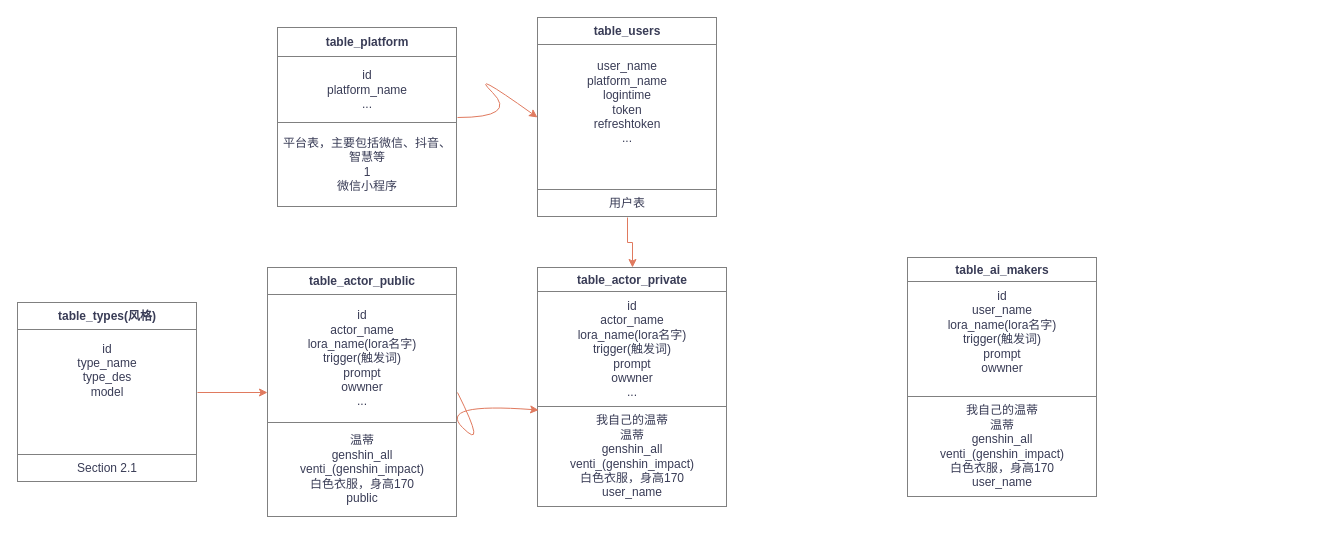
Before: 未命名绘图.drawio in caining0/aa_drawio, a draw.io diagram. Source tidied: cells renumbered, new cells numbered last; positions are measured from the earlier drawing's top-left corner, leaving out a move shared by most shapes. Both pictures are drawn from the tidied source at 100%, with x=0, y=0 at pixel (17, 17).
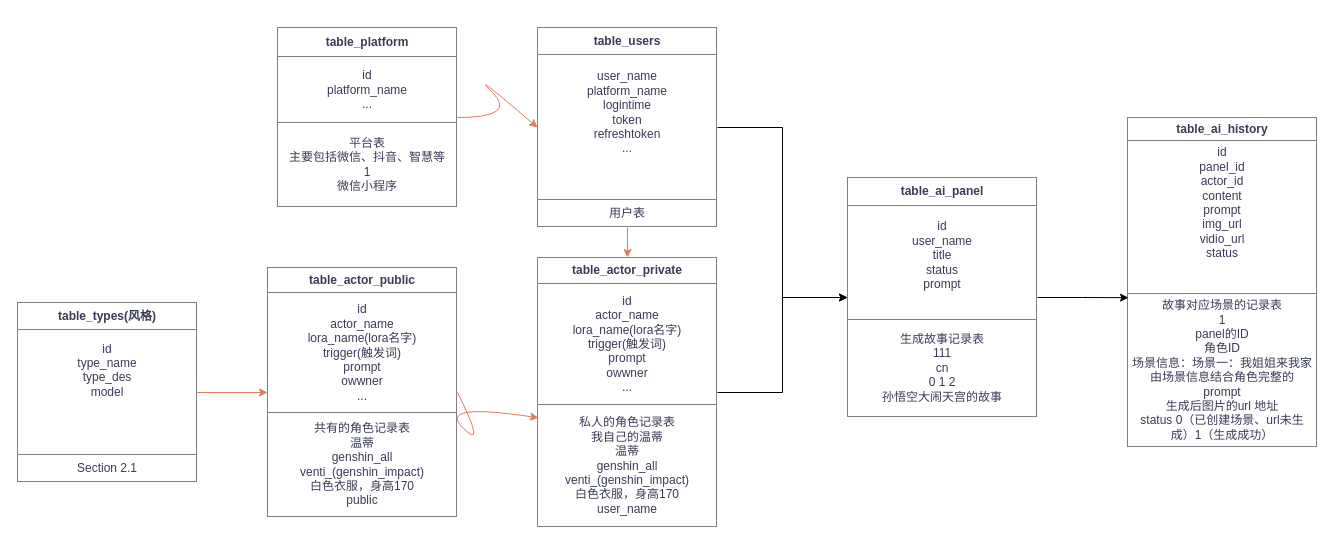
Above is the later version.

Commit message:
小说绘图-数据库设计.drawio

The edit, as a diff of the source:
```diff
@@
 <mxGraphModel>
   <root>
     <mxCell id="0" />
     <mxCell id="1" parent="0" />
-    <mxCell id="2" value="&lt;table border=&quot;1&quot; width=&quot;100%&quot; height=&quot;100%&quot; cellpadding=&quot;4&quot; style=&quot;width:100%;height:100%;border-collapse:collapse;&quot;&gt;&lt;tbody&gt;&lt;tr&gt;&lt;th align=&quot;center&quot;&gt;table_actor_public&lt;/th&gt;&lt;/tr&gt;&lt;tr&gt;&lt;td align=&quot;center&quot;&gt;id&lt;br&gt;actor_name&lt;br&gt;lora_name(lora名字)&lt;br&gt;trigger(触发词)&lt;br&gt;prompt&lt;br&gt;owwner&lt;br&gt;...&lt;/td&gt;&lt;/tr&gt;&lt;tr&gt;&lt;td align=&quot;center&quot;&gt;温蒂&lt;br&gt;genshin_all&lt;br&gt;venti_(genshin_impact)&lt;br&gt;白色衣服，身高170&lt;br&gt;public&lt;/td&gt;&lt;/tr&gt;&lt;/tbody&gt;&lt;/table&gt;" style="text;html=1;whiteSpace=wrap;strokeColor=none;fillColor=none;overflow=fill;fontColor=#393C56;" parent="1" vertex="1">
+    <mxCell id="2" value="&lt;table border=&quot;1&quot; width=&quot;100%&quot; height=&quot;100%&quot; cellpadding=&quot;4&quot; style=&quot;width:100%;height:100%;border-collapse:collapse;&quot;&gt;&lt;tbody&gt;&lt;tr&gt;&lt;th align=&quot;center&quot;&gt;table_actor_public&lt;/th&gt;&lt;/tr&gt;&lt;tr&gt;&lt;td align=&quot;center&quot;&gt;id&lt;br&gt;actor_name&lt;br&gt;lora_name(lora名字)&lt;br&gt;trigger(触发词)&lt;br&gt;prompt&lt;br&gt;owwner&lt;br&gt;...&lt;/td&gt;&lt;/tr&gt;&lt;tr&gt;&lt;td align=&quot;center&quot;&gt;共有的角色记录表&lt;br&gt;温蒂&lt;br&gt;genshin_all&lt;br&gt;venti_(genshin_impact)&lt;br&gt;白色衣服，身高170&lt;br&gt;public&lt;/td&gt;&lt;/tr&gt;&lt;/tbody&gt;&lt;/table&gt;" style="text;html=1;whiteSpace=wrap;strokeColor=none;fillColor=none;overflow=fill;fontColor=#393C56;" parent="1" vertex="1">
       <mxGeometry x="250" y="250" width="190" height="250" as="geometry" />
     </mxCell>
+    <mxCell id="12" style="edgeStyle=orthogonalEdgeStyle;rounded=0;jettySize=auto;html=1;exitX=1;exitY=0.5;exitDx=0;exitDy=0;entryX=0;entryY=0.5;entryDx=0;entryDy=0;" parent="1" edge="1" source="3" target="11">
+      <mxGeometry relative="1" as="geometry" />
+    </mxCell>
-    <mxCell id="3" value="&lt;table border=&quot;1&quot; width=&quot;100%&quot; height=&quot;100%&quot; cellpadding=&quot;4&quot; style=&quot;width:100%;height:100%;border-collapse:collapse;&quot;&gt;&lt;tbody&gt;&lt;tr&gt;&lt;th align=&quot;center&quot;&gt;table_actor_private&lt;/th&gt;&lt;/tr&gt;&lt;tr&gt;&lt;td align=&quot;center&quot;&gt;id&lt;br&gt;actor_name&lt;br&gt;lora_name(lora名字)&lt;br&gt;trigger(触发词)&lt;br&gt;prompt&lt;br&gt;owwner&lt;br&gt;...&lt;/td&gt;&lt;/tr&gt;&lt;tr&gt;&lt;td align=&quot;center&quot;&gt;我自己的温蒂&lt;br&gt;温蒂&lt;br&gt;genshin_all&lt;br&gt;venti_(genshin_impact)&lt;br&gt;白色衣服，身高170&lt;br&gt;user_name&lt;br&gt;&lt;/td&gt;&lt;/tr&gt;&lt;/tbody&gt;&lt;/table&gt;" style="text;html=1;whiteSpace=wrap;strokeColor=none;fillColor=none;overflow=fill;fontColor=#393C56;" parent="1" vertex="1">
-      <mxGeometry x="520" y="250" width="190" height="240" as="geometry" />
+    <mxCell id="3" value="&lt;table border=&quot;1&quot; width=&quot;100%&quot; height=&quot;100%&quot; cellpadding=&quot;4&quot; style=&quot;width:100%;height:100%;border-collapse:collapse;&quot;&gt;&lt;tbody&gt;&lt;tr&gt;&lt;th align=&quot;center&quot;&gt;table_actor_private&lt;/th&gt;&lt;/tr&gt;&lt;tr&gt;&lt;td align=&quot;center&quot;&gt;id&lt;br&gt;actor_name&lt;br&gt;lora_name(lora名字)&lt;br&gt;trigger(触发词)&lt;br&gt;prompt&lt;br&gt;owwner&lt;br&gt;...&lt;/td&gt;&lt;/tr&gt;&lt;tr&gt;&lt;td align=&quot;center&quot;&gt;私人的角色记录表&lt;br&gt;我自己的温蒂&lt;br&gt;温蒂&lt;br&gt;genshin_all&lt;br&gt;venti_(genshin_impact)&lt;br&gt;白色衣服，身高170&lt;br&gt;user_name&lt;br&gt;&lt;/td&gt;&lt;/tr&gt;&lt;/tbody&gt;&lt;/table&gt;" style="text;html=1;whiteSpace=wrap;strokeColor=none;fillColor=none;overflow=fill;fontColor=#393C56;" parent="1" vertex="1">
+      <mxGeometry x="520" y="240" width="180" height="270" as="geometry" />
     </mxCell>
     <mxCell id="4" style="edgeStyle=orthogonalEdgeStyle;rounded=0;jettySize=auto;html=1;strokeColor=#E07A5F;fontColor=#393C56;fillColor=#F2CC8F;" parent="1" edge="1" source="5" target="2">
       <mxGeometry relative="1" as="geometry" />
     </mxCell>
     <mxCell id="5" value="&lt;table border=&quot;1&quot; width=&quot;100%&quot; height=&quot;100%&quot; cellpadding=&quot;4&quot; style=&quot;width:100%;height:100%;border-collapse:collapse;&quot;&gt;&lt;tbody&gt;&lt;tr&gt;&lt;th align=&quot;center&quot;&gt;table_types(风格)&lt;/th&gt;&lt;/tr&gt;&lt;tr&gt;&lt;td align=&quot;center&quot;&gt;id&lt;br&gt;type_name&lt;br&gt;type_des&lt;br&gt;model&lt;br&gt;&lt;br&gt;&lt;br&gt;&lt;br&gt;&lt;/td&gt;&lt;/tr&gt;&lt;tr&gt;&lt;td align=&quot;center&quot;&gt;Section 2.1&lt;br&gt;&lt;/td&gt;&lt;/tr&gt;&lt;/tbody&gt;&lt;/table&gt;" style="text;html=1;whiteSpace=wrap;strokeColor=none;fillColor=none;overflow=fill;fontColor=#393C56;" parent="1" vertex="1">
       <mxGeometry y="285" width="180" height="180" as="geometry" />
     </mxCell>
     <mxCell id="6" style="edgeStyle=orthogonalEdgeStyle;rounded=0;jettySize=auto;html=1;strokeColor=#E07A5F;fontColor=#393C56;fillColor=#F2CC8F;" parent="1" edge="1" source="7" target="3">
       <mxGeometry relative="1" as="geometry" />
     </mxCell>
+    <mxCell id="13" style="edgeStyle=orthogonalEdgeStyle;rounded=0;jettySize=auto;html=1;exitX=1;exitY=0.5;exitDx=0;exitDy=0;entryX=0;entryY=0.5;entryDx=0;entryDy=0;" parent="1" edge="1" source="7" target="11">
+      <mxGeometry relative="1" as="geometry" />
+    </mxCell>
     <mxCell id="7" value="&lt;table border=&quot;1&quot; width=&quot;100%&quot; height=&quot;100%&quot; cellpadding=&quot;4&quot; style=&quot;width:100%;height:100%;border-collapse:collapse;&quot;&gt;&lt;tbody&gt;&lt;tr&gt;&lt;th align=&quot;center&quot;&gt;table_users&lt;/th&gt;&lt;/tr&gt;&lt;tr&gt;&lt;td align=&quot;center&quot;&gt;user_name&lt;br&gt;platform_name&lt;br&gt;logintime&lt;br&gt;token&lt;br&gt;refreshtoken&lt;br&gt;...&lt;br&gt;&lt;br&gt;&lt;br&gt;&lt;/td&gt;&lt;/tr&gt;&lt;tr&gt;&lt;td align=&quot;center&quot;&gt;用户表&lt;br&gt;&lt;/td&gt;&lt;/tr&gt;&lt;/tbody&gt;&lt;/table&gt;" style="text;html=1;whiteSpace=wrap;strokeColor=none;fillColor=none;overflow=fill;fontColor=#393C56;" parent="1" vertex="1">
-      <mxGeometry x="520" width="180" height="200" as="geometry" />
+      <mxGeometry x="520" y="10" width="180" height="200" as="geometry" />
     </mxCell>
-    <mxCell id="8" value="&lt;table border=&quot;1&quot; width=&quot;100%&quot; height=&quot;100%&quot; cellpadding=&quot;4&quot; style=&quot;width:100%;height:100%;border-collapse:collapse;&quot;&gt;&lt;tbody&gt;&lt;tr&gt;&lt;th align=&quot;center&quot;&gt;table_platform&lt;/th&gt;&lt;/tr&gt;&lt;tr&gt;&lt;td align=&quot;center&quot;&gt;id&lt;br&gt;platform_name&lt;br&gt;...&lt;/td&gt;&lt;/tr&gt;&lt;tr&gt;&lt;td align=&quot;center&quot;&gt;平台表，主要包括微信、抖音、智慧等&lt;br&gt;1&lt;br&gt;微信小程序&lt;/td&gt;&lt;/tr&gt;&lt;/tbody&gt;&lt;/table&gt;" style="text;html=1;whiteSpace=wrap;strokeColor=none;fillColor=none;overflow=fill;fontColor=#393C56;" parent="1" vertex="1">
+    <mxCell id="8" value="&lt;table border=&quot;1&quot; width=&quot;100%&quot; height=&quot;100%&quot; cellpadding=&quot;4&quot; style=&quot;width:100%;height:100%;border-collapse:collapse;&quot;&gt;&lt;tbody&gt;&lt;tr&gt;&lt;th align=&quot;center&quot;&gt;table_platform&lt;/th&gt;&lt;/tr&gt;&lt;tr&gt;&lt;td align=&quot;center&quot;&gt;id&lt;br&gt;platform_name&lt;br&gt;...&lt;/td&gt;&lt;/tr&gt;&lt;tr&gt;&lt;td align=&quot;center&quot;&gt;平台表&lt;br&gt;主要包括微信、抖音、智慧等&lt;br&gt;1&lt;br&gt;微信小程序&lt;/td&gt;&lt;/tr&gt;&lt;/tbody&gt;&lt;/table&gt;" style="text;html=1;whiteSpace=wrap;strokeColor=none;fillColor=none;overflow=fill;fontColor=#393C56;" parent="1" vertex="1">
       <mxGeometry x="260" y="10" width="180" height="180" as="geometry" />
     </mxCell>
     <mxCell id="9" style="curved=1;endArrow=classic;html=1;rounded=0;strokeColor=#E07A5F;fontColor=#393C56;fillColor=#F2CC8F;entryX=0;entryY=0.5;entryDx=0;entryDy=0;exitX=1;exitY=0.5;exitDx=0;exitDy=0;" parent="1" edge="1" source="8" target="7">
       <mxGeometry relative="1" as="geometry">
         <Array as="points">
           <mxPoint x="500" y="100" />
           <mxPoint x="450" y="50" />
         </Array>
       </mxGeometry>
     </mxCell>
     <mxCell id="10" style="curved=1;endArrow=classic;html=1;rounded=0;strokeColor=#E07A5F;fontColor=#393C56;fillColor=#F2CC8F;entryX=0.006;entryY=0.594;entryDx=0;entryDy=0;exitX=1;exitY=0.5;exitDx=0;exitDy=0;entryPerimeter=0;" parent="1" edge="1" source="2" target="3">
       <mxGeometry relative="1" as="geometry">
         <Array as="points">
           <mxPoint x="470" y="435" />
           <mxPoint x="420" y="385" />
         </Array>
       </mxGeometry>
     </mxCell>
-    <mxCell id="11" value="&lt;table border=&quot;1&quot; width=&quot;100%&quot; height=&quot;100%&quot; cellpadding=&quot;4&quot; style=&quot;width:100%;height:100%;border-collapse:collapse;&quot;&gt;&lt;tbody&gt;&lt;tr&gt;&lt;th align=&quot;center&quot;&gt;table_ai_makers&lt;/th&gt;&lt;/tr&gt;&lt;tr&gt;&lt;td align=&quot;center&quot;&gt;id&lt;br&gt;user_name&lt;br&gt;lora_name(lora名字)&lt;br&gt;trigger(触发词)&lt;br&gt;prompt&lt;br&gt;owwner&lt;br&gt;&lt;br&gt;&lt;/td&gt;&lt;/tr&gt;&lt;tr&gt;&lt;td align=&quot;center&quot;&gt;我自己的温蒂&lt;br&gt;温蒂&lt;br&gt;genshin_all&lt;br&gt;venti_(genshin_impact)&lt;br&gt;白色衣服，身高170&lt;br&gt;user_name&lt;br&gt;&lt;/td&gt;&lt;/tr&gt;&lt;/tbody&gt;&lt;/table&gt;" style="text;html=1;whiteSpace=wrap;strokeColor=none;fillColor=none;overflow=fill;fontColor=#393C56;" parent="1" vertex="1">
-      <mxGeometry x="890" y="240" width="190" height="240" as="geometry" />
+    <mxCell id="11" value="&lt;table border=&quot;1&quot; width=&quot;100%&quot; height=&quot;100%&quot; cellpadding=&quot;4&quot; style=&quot;width:100%;height:100%;border-collapse:collapse;&quot;&gt;&lt;tbody&gt;&lt;tr&gt;&lt;th align=&quot;center&quot;&gt;table_ai_panel&lt;/th&gt;&lt;/tr&gt;&lt;tr&gt;&lt;td align=&quot;center&quot;&gt;id&lt;br&gt;user_name&lt;br&gt;title&lt;br&gt;status&lt;br&gt;prompt&lt;br&gt;&lt;br&gt;&lt;/td&gt;&lt;/tr&gt;&lt;tr&gt;&lt;td align=&quot;center&quot;&gt;生成故事记录表&lt;br&gt;111&lt;br&gt;cn&lt;br&gt;0 1 2&lt;br&gt;孙悟空大闹天宫的故事&lt;br&gt;&lt;/td&gt;&lt;/tr&gt;&lt;/tbody&gt;&lt;/table&gt;" style="text;html=1;whiteSpace=wrap;strokeColor=none;fillColor=none;overflow=fill;fontColor=#393C56;" parent="1" vertex="1">
+      <mxGeometry x="830" y="160" width="190" height="240" as="geometry" />
     </mxCell>
+    <mxCell id="14" value="&lt;table border=&quot;1&quot; width=&quot;100%&quot; height=&quot;100%&quot; cellpadding=&quot;4&quot; style=&quot;width:100%;height:100%;border-collapse:collapse;&quot;&gt;&lt;tbody&gt;&lt;tr&gt;&lt;th align=&quot;center&quot;&gt;table_ai_history&lt;/th&gt;&lt;/tr&gt;&lt;tr&gt;&lt;td align=&quot;center&quot;&gt;id&lt;br&gt;panel_id&lt;br&gt;actor_id&lt;br&gt;content&lt;br&gt;prompt&lt;br&gt;img_url&lt;br&gt;vidio_url&lt;br&gt;status&lt;br&gt;&lt;br&gt;&lt;br&gt;&lt;/td&gt;&lt;/tr&gt;&lt;tr&gt;&lt;td align=&quot;center&quot;&gt;故事对应场景的记录表&lt;br&gt;1&lt;br&gt;panel的ID&lt;br&gt;角色ID&lt;br&gt;场景信息：场景一：我姐姐来我家&lt;br&gt;由场景信息结合角色完整的prompt&lt;br&gt;生成后图片的url 地址&lt;br&gt;status 0（已创建场景、url未生成）1（生成成功）&lt;/td&gt;&lt;/tr&gt;&lt;/tbody&gt;&lt;/table&gt;" style="text;html=1;whiteSpace=wrap;strokeColor=none;fillColor=none;overflow=fill;fontColor=#393C56;" parent="1" vertex="1">
+      <mxGeometry x="1110" y="100" width="190" height="330" as="geometry" />
+    </mxCell>
+    <mxCell id="15" style="edgeStyle=orthogonalEdgeStyle;rounded=0;jettySize=auto;html=1;exitX=1;exitY=0.5;exitDx=0;exitDy=0;entryX=0.005;entryY=0.546;entryDx=0;entryDy=0;entryPerimeter=0;" parent="1" edge="1" source="11" target="14">
+      <mxGeometry relative="1" as="geometry" />
+    </mxCell>
   </root>
 </mxGraphModel>
```
